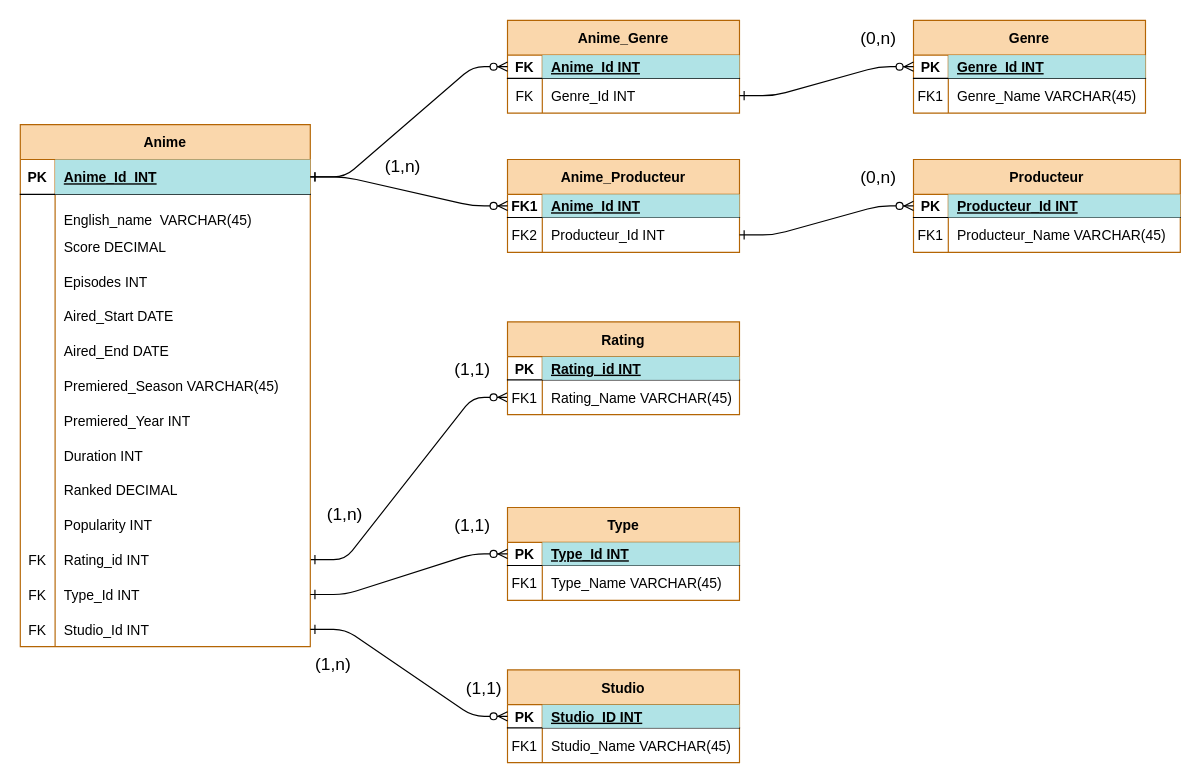
Above: Diagramme sans nom.drawio in AntoinePELAMOURGUES/draw.io (draw.io), before the change. Source tidied: cells renumbered, new cells numbered last; positions are measured from the earlier drawing's top-left corner, leaving out a move shared by most shapes. Both pictures are drawn from the tidied source at 116%, with x=0, y=0 at pixel (20, 20).
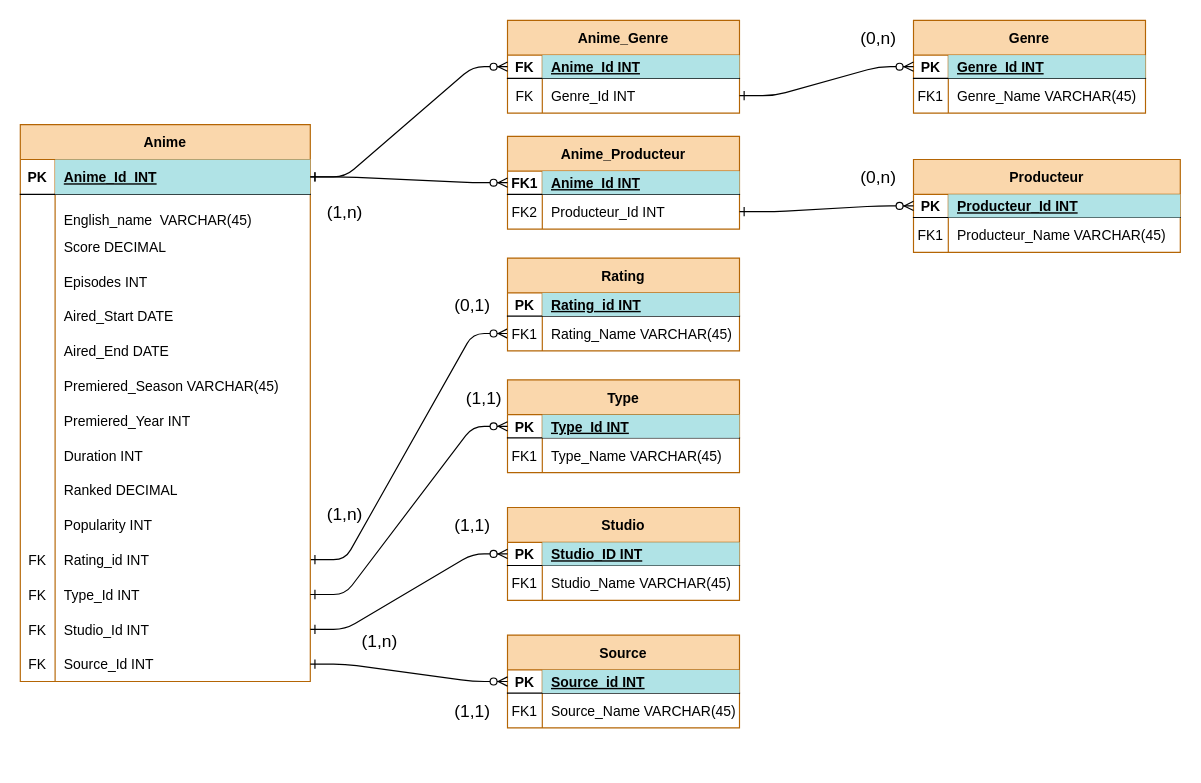
The same diagram, later.

Commit message:
Mettre à jour Diagramme sans nom.drawio

What changed in the source:
```diff
@@
     <mxCell id="3" value="Rating" style="shape=table;startSize=30;childLayout=tableLayout;rowLines=0;fontStyle=1;align=center;fillColor=#fad7ac;strokeColor=#b46504;" parent="1" vertex="1">
-      <mxGeometry x="420" y="260" width="200" height="80" as="geometry" />
+      <mxGeometry x="420" y="205" width="200" height="80" as="geometry" />
     </mxCell>
@@
     <mxCell id="10" value="Anime" style="shape=table;startSize=30;childLayout=tableLayout;rowLines=0;fontStyle=1;align=center;fillColor=#fad7ac;strokeColor=#b46504;" parent="1" vertex="1">
-      <mxGeometry y="90" width="250" height="450" as="geometry" />
+      <mxGeometry y="90" width="250" height="480" as="geometry" />
     </mxCell>
@@
+    <mxCell id="109" style="shape=partialRectangle;points=[[0,0.5],[1,0.5]];portConstraint=eastwest;top=0;left=0;right=0;bottom=0;fillColor=none;" parent="10" vertex="1">
+      <mxGeometry y="450" width="250" height="30" as="geometry" />
+    </mxCell>
+    <mxCell id="110" value="FK" style="shape=partialRectangle;overflow=hidden;top=0;left=0;bottom=0;right=0;fillColor=none;" parent="109" vertex="1">
+      <mxGeometry width="30" height="30" as="geometry" />
+    </mxCell>
+    <mxCell id="111" value="Source_Id INT" style="shape=partialRectangle;overflow=hidden;top=0;left=0;bottom=0;right=0;align=left;spacingLeft=6;fillColor=none;" parent="109" vertex="1">
+      <mxGeometry x="30" width="220" height="30" as="geometry" />
+    </mxCell>
     <mxCell id="53" value="Type" style="shape=table;startSize=30;childLayout=tableLayout;rowLines=0;fontStyle=1;align=center;fillColor=#fad7ac;strokeColor=#b46504;" parent="1" vertex="1">
-      <mxGeometry x="420" y="420" width="200" height="80" as="geometry" />
+      <mxGeometry x="420" y="310" width="200" height="80" as="geometry" />
     </mxCell>
@@
     <mxCell id="74" value="Studio" style="shape=table;startSize=30;childLayout=tableLayout;rowLines=0;fontStyle=1;align=center;fillColor=#fad7ac;strokeColor=#b46504;" parent="1" vertex="1">
-      <mxGeometry x="420" y="560" width="200" height="80" as="geometry" />
+      <mxGeometry x="420" y="420" width="200" height="80" as="geometry" />
     </mxCell>
@@
     <mxCell id="88" value="Anime_Producteur" style="shape=table;startSize=30;childLayout=tableLayout;rowLines=0;fontStyle=1;align=center;fillColor=#fad7ac;strokeColor=#b46504;" parent="1" vertex="1">
-      <mxGeometry x="420" y="120" width="200" height="80" as="geometry" />
+      <mxGeometry x="420" y="100" width="200" height="80" as="geometry" />
     </mxCell>
@@
     <mxCell id="101" value="&lt;font style=&quot;font-size: 15px;&quot;&gt;(1,n)&lt;/font&gt;" style="text;strokeColor=none;align=center;fillColor=none;html=1;verticalAlign=middle;whiteSpace=wrap;rounded=0;" parent="1" vertex="1">
-      <mxGeometry x="300" y="110" width="60" height="30" as="geometry" />
+      <mxGeometry x="250" y="150" width="60" height="30" as="geometry" />
     </mxCell>
@@
     <mxCell id="105" value="&lt;font style=&quot;font-size: 15px;&quot;&gt;(1,n)&lt;/font&gt;" style="text;strokeColor=none;align=center;fillColor=none;html=1;verticalAlign=middle;whiteSpace=wrap;rounded=0;" parent="1" vertex="1">
-      <mxGeometry x="240" y="540" width="60" height="30" as="geometry" />
+      <mxGeometry x="280" y="520" width="60" height="30" as="geometry" />
     </mxCell>
-    <mxCell id="106" value="&lt;font style=&quot;font-size: 15px;&quot;&gt;(1,1)&lt;/font&gt;" style="text;strokeColor=none;align=center;fillColor=none;html=1;verticalAlign=middle;whiteSpace=wrap;rounded=0;" parent="1" vertex="1">
-      <mxGeometry x="360" y="285" width="60" height="30" as="geometry" />
+    <mxCell id="106" value="&lt;font style=&quot;font-size: 15px;&quot;&gt;(0,1)&lt;/font&gt;" style="text;strokeColor=none;align=center;fillColor=none;html=1;verticalAlign=middle;whiteSpace=wrap;rounded=0;" parent="1" vertex="1">
+      <mxGeometry x="360" y="230" width="60" height="30" as="geometry" />
     </mxCell>
@@
     <mxCell id="108" value="&lt;font style=&quot;font-size: 15px;&quot;&gt;(1,1)&lt;/font&gt;" style="text;strokeColor=none;align=center;fillColor=none;html=1;verticalAlign=middle;whiteSpace=wrap;rounded=0;" parent="1" vertex="1">
-      <mxGeometry x="370" y="560" width="60" height="30" as="geometry" />
+      <mxGeometry x="360" y="580" width="60" height="30" as="geometry" />
     </mxCell>
+    <mxCell id="112" value="Source" style="shape=table;startSize=30;childLayout=tableLayout;rowLines=0;fontStyle=1;align=center;fillColor=#fad7ac;strokeColor=#b46504;" parent="1" vertex="1">
+      <mxGeometry x="420" y="530" width="200" height="80" as="geometry" />
+    </mxCell>
+    <mxCell id="113" style="shape=partialRectangle;fillColor=none;points=[[0,0.5],[1,0.5]];portConstraint=eastwest;top=0;left=0;right=0;bottom=1;" parent="112" vertex="1">
+      <mxGeometry y="30" width="200" height="20" as="geometry" />
+    </mxCell>
+    <mxCell id="114" value="PK" style="shape=partialRectangle;overflow=hidden;fillColor=none;top=0;left=0;bottom=0;right=0;fontStyle=1;" parent="113" vertex="1">
+      <mxGeometry width="30" height="20" as="geometry" />
+    </mxCell>
+    <mxCell id="115" value="Source_id INT" style="shape=partialRectangle;overflow=hidden;fillColor=#b0e3e6;top=0;left=0;bottom=0;right=0;align=left;spacingLeft=6;fontStyle=5;strokeColor=#0e8088;" parent="113" vertex="1">
+      <mxGeometry x="30" width="170" height="20" as="geometry" />
+    </mxCell>
+    <mxCell id="116" style="shape=partialRectangle;fillColor=none;top=0;left=0;right=0;bottom=0;" parent="112" vertex="1">
+      <mxGeometry y="50" width="200" height="30" as="geometry" />
+    </mxCell>
+    <mxCell id="117" value="FK1" style="shape=partialRectangle;overflow=hidden;fillColor=none;top=0;left=0;bottom=0;right=0;" parent="116" vertex="1">
+      <mxGeometry width="30" height="30" as="geometry" />
+    </mxCell>
+    <mxCell id="118" value="Source_Name VARCHAR(45)" style="shape=partialRectangle;overflow=hidden;fillColor=none;top=0;left=0;bottom=0;right=0;align=left;spacingLeft=6;" parent="116" vertex="1">
+      <mxGeometry x="30" width="170" height="30" as="geometry" />
+    </mxCell>
+    <mxCell id="119" style="edgeStyle=entityRelationEdgeStyle;endArrow=ERzeroToMany;startArrow=ERone;endFill=1;startFill=0;entryX=0;entryY=0.5;entryDx=0;entryDy=0;exitX=1;exitY=0.5;exitDx=0;exitDy=0;" parent="1" edge="1" source="109" target="113">
+      <mxGeometry relative="1" as="geometry" />
+    </mxCell>
+    <mxCell id="120" value="&lt;font style=&quot;font-size: 15px;&quot;&gt;(1,1)&lt;/font&gt;" style="text;strokeColor=none;align=center;fillColor=none;html=1;verticalAlign=middle;whiteSpace=wrap;rounded=0;" parent="1" vertex="1">
+      <mxGeometry x="370" y="310" width="60" height="30" as="geometry" />
+    </mxCell>
```
